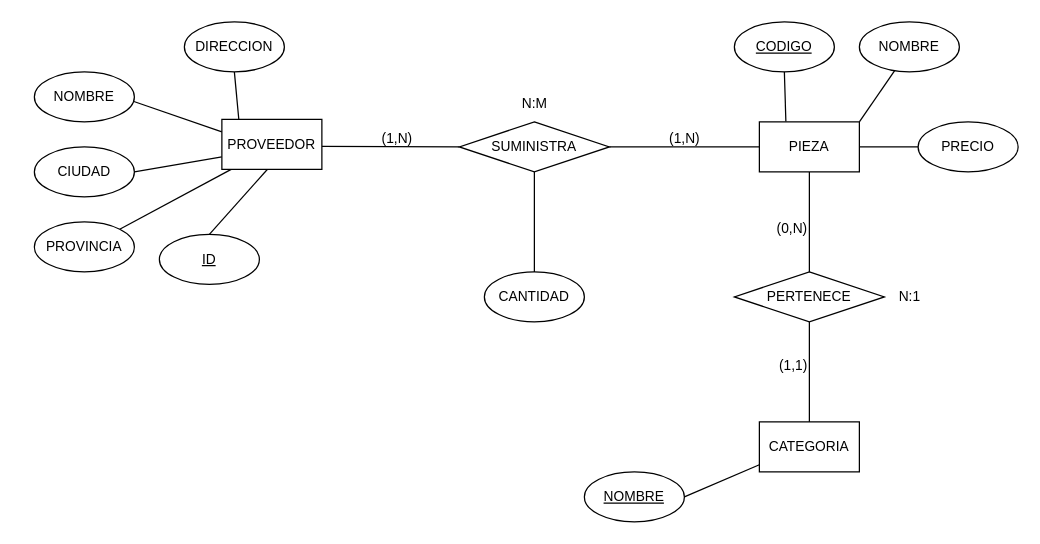
Earlier version of the draw.io diagram page "proveedores-y-piezas" (1 of 7) of bases-datos/diagrams.drawio (igardiet/dam). Source tidied: cells renumbered, new cells numbered last; positions are measured from the earlier drawing's top-left corner, leaving out a move shared by most shapes. Both pictures are drawn from the tidied source at 125%, with x=0, y=0 at pixel (34, 21).
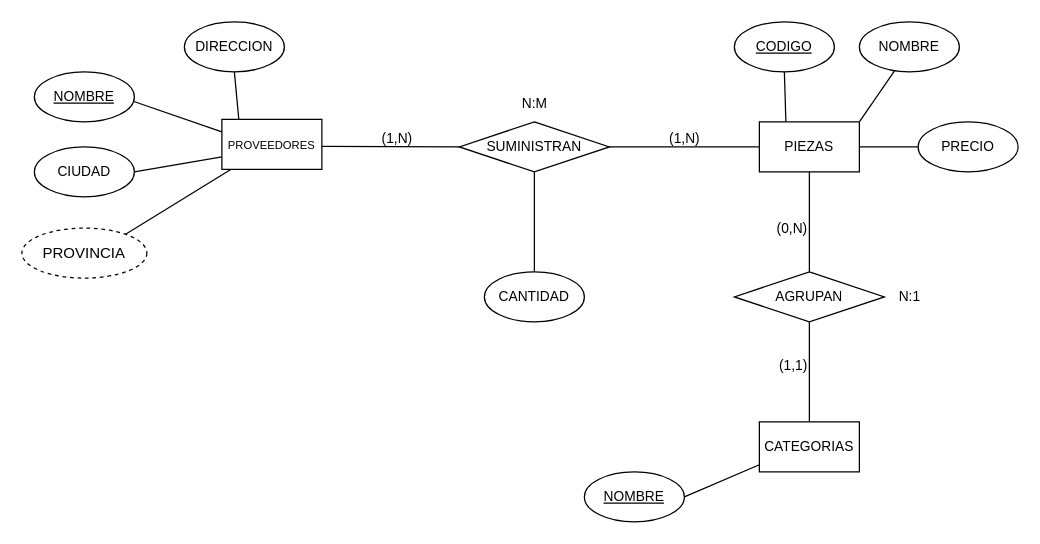
Above is the later version.

Diff of the diagram source:
```diff
@@
-    <mxCell id="5" value="SUMINISTRA" style="rhombus;whiteSpace=wrap;html=1;fontFamily=Helvetica;fontSize=11;fontColor=default;" parent="1" vertex="1">
+    <mxCell id="5" value="SUMINISTRAN" style="rhombus;whiteSpace=wrap;html=1;fontFamily=Helvetica;fontSize=11;fontColor=default;" parent="1" vertex="1">
       <mxGeometry x="340" y="80" width="120" height="40" as="geometry" />
     </mxCell>
@@
-    <mxCell id="8" value="PERTENECE" style="rhombus;whiteSpace=wrap;html=1;fontFamily=Helvetica;fontSize=11;fontColor=default;" parent="1" vertex="1">
+    <mxCell id="8" value="AGRUPAN" style="rhombus;whiteSpace=wrap;html=1;fontFamily=Helvetica;fontSize=11;fontColor=default;" parent="1" vertex="1">
       <mxGeometry x="560" y="200" width="120" height="40" as="geometry" />
     </mxCell>
-    <mxCell id="9" style="edgeStyle=none;shape=connector;rounded=0;jettySize=auto;html=1;exitX=1;exitY=0;exitDx=0;exitDy=0;labelBackgroundColor=default;strokeColor=default;align=center;verticalAlign=middle;fontFamily=Helvetica;fontSize=11;fontColor=default;endArrow=none;endFill=0;entryX=0.093;entryY=0.999;entryDx=0;entryDy=0;entryPerimeter=0;" parent="1" edge="1" source="10" target="34">
+    <mxCell id="9" style="edgeStyle=none;shape=connector;rounded=0;jettySize=auto;html=1;exitX=0.83;exitY=0.121;exitDx=0;exitDy=0;labelBackgroundColor=default;strokeColor=default;align=center;verticalAlign=middle;fontFamily=Helvetica;fontSize=11;fontColor=default;endArrow=none;endFill=0;entryX=0.093;entryY=0.999;entryDx=0;entryDy=0;entryPerimeter=0;exitPerimeter=0;" parent="1" edge="1" source="10" target="34">
       <mxGeometry relative="1" as="geometry" />
     </mxCell>
-    <mxCell id="10" value="PROVINCIA" style="ellipse;whiteSpace=wrap;html=1;fontFamily=Helvetica;fontSize=11;fontColor=default;" parent="1" vertex="1">
-      <mxGeometry y="160" width="80" height="40" as="geometry" />
-    </mxCell>
@@
-    <mxCell id="13" value="NOMBRE" style="ellipse;whiteSpace=wrap;html=1;fontFamily=Helvetica;fontSize=11;fontColor=default;" parent="1" vertex="1">
+    <mxCell id="13" value="&lt;u&gt;NOMBRE&lt;/u&gt;" style="ellipse;whiteSpace=wrap;html=1;fontFamily=Helvetica;fontSize=11;fontColor=default;" parent="1" vertex="1">
       <mxGeometry y="40" width="80" height="40" as="geometry" />
     </mxCell>
@@
-    <mxCell id="32" style="edgeStyle=none;shape=connector;rounded=0;jettySize=auto;html=1;exitX=0.5;exitY=0;exitDx=0;exitDy=0;entryX=0.454;entryY=1.003;entryDx=0;entryDy=0;labelBackgroundColor=default;strokeColor=default;align=center;verticalAlign=middle;fontFamily=Helvetica;fontSize=11;fontColor=default;endArrow=none;endFill=0;entryPerimeter=0;" parent="1" edge="1" source="33" target="34">
-      <mxGeometry relative="1" as="geometry" />
-    </mxCell>
-    <mxCell id="33" value="&lt;u&gt;ID&lt;/u&gt;" style="ellipse;whiteSpace=wrap;html=1;fontFamily=Helvetica;fontSize=11;fontColor=default;" parent="1" vertex="1">
-      <mxGeometry x="100" y="170" width="80" height="40" as="geometry" />
-    </mxCell>
-    <mxCell id="34" value="PROVEEDOR" style="whiteSpace=wrap;html=1;align=center;fontFamily=Helvetica;fontSize=11;fontColor=default;" parent="1" vertex="1">
+    <mxCell id="34" value="&lt;font style=&quot;font-size: 9px;&quot;&gt;PROVEEDORES&lt;/font&gt;" style="whiteSpace=wrap;html=1;align=center;fontFamily=Helvetica;fontSize=11;fontColor=default;" parent="1" vertex="1">
       <mxGeometry x="150" y="78" width="80" height="40" as="geometry" />
     </mxCell>
-    <mxCell id="35" value="PIEZA" style="whiteSpace=wrap;html=1;align=center;fontFamily=Helvetica;fontSize=11;fontColor=default;" parent="1" vertex="1">
+    <mxCell id="35" value="PIEZAS" style="whiteSpace=wrap;html=1;align=center;fontFamily=Helvetica;fontSize=11;fontColor=default;" parent="1" vertex="1">
       <mxGeometry x="580" y="80" width="80" height="40" as="geometry" />
     </mxCell>
-    <mxCell id="36" value="CATEGORIA" style="whiteSpace=wrap;html=1;align=center;fontFamily=Helvetica;fontSize=11;fontColor=default;" parent="1" vertex="1">
+    <mxCell id="36" value="CATEGORIAS" style="whiteSpace=wrap;html=1;align=center;fontFamily=Helvetica;fontSize=11;fontColor=default;" parent="1" vertex="1">
       <mxGeometry x="580" y="320" width="80" height="40" as="geometry" />
     </mxCell>
+    <mxCell id="10" value="PROVINCIA" style="ellipse;whiteSpace=wrap;html=1;align=center;dashed=1;" parent="1" vertex="1">
+      <mxGeometry x="-10" y="165" width="100" height="40" as="geometry" />
+    </mxCell>
```
